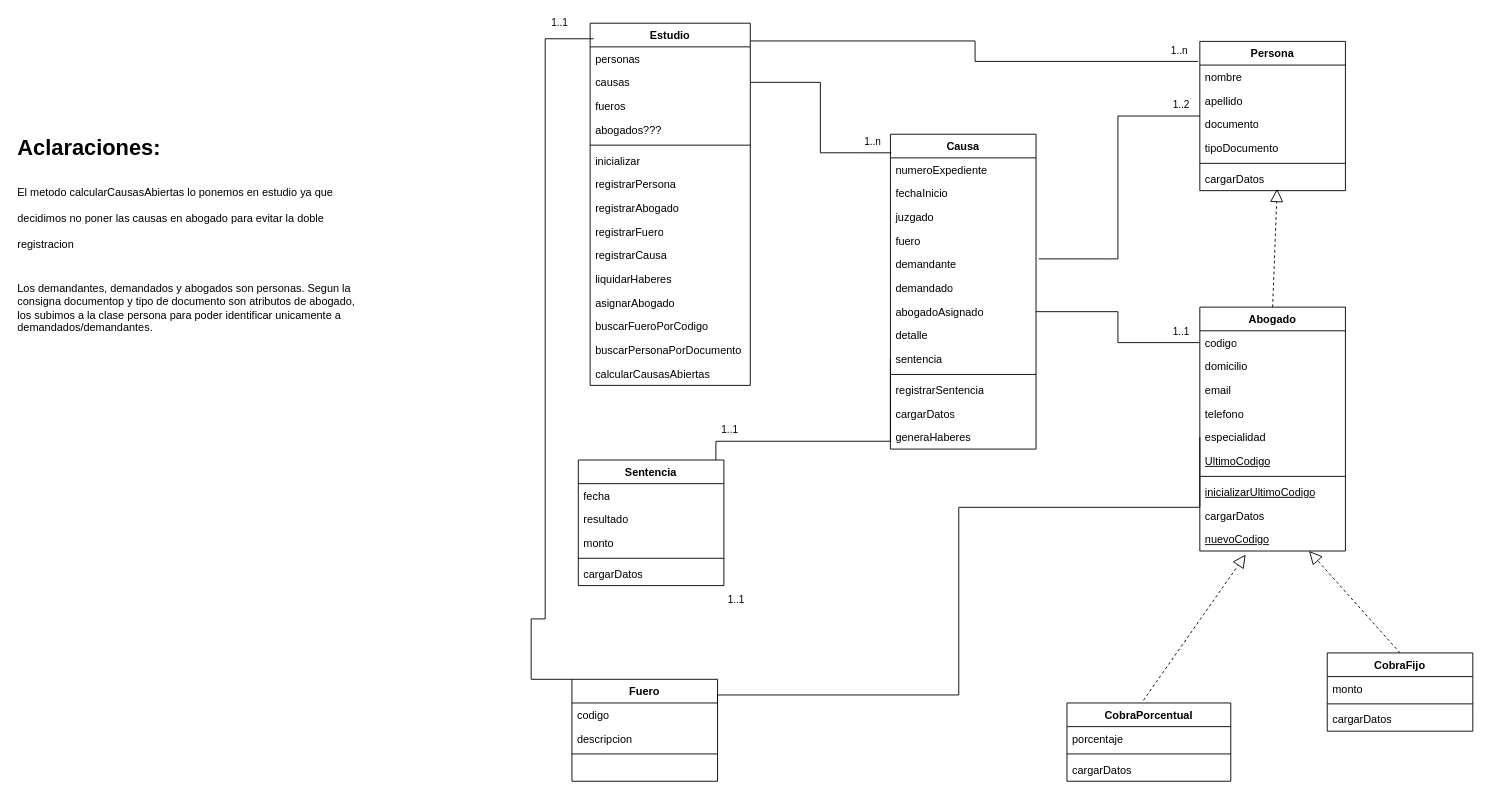
Earlier version of the draw.io diagram page "DiagramaClases" (1 of 2) of diagrama.drawio (Valentin-Leone-Arriola/Paradigmas-2026-2k06-G03). Source tidied: cells renumbered, new cells numbered last; positions are measured from the earlier drawing's top-left corner, leaving out a move shared by most shapes. Both pictures are drawn from the tidied source at 91%, with x=0, y=0 at pixel (15, 23).
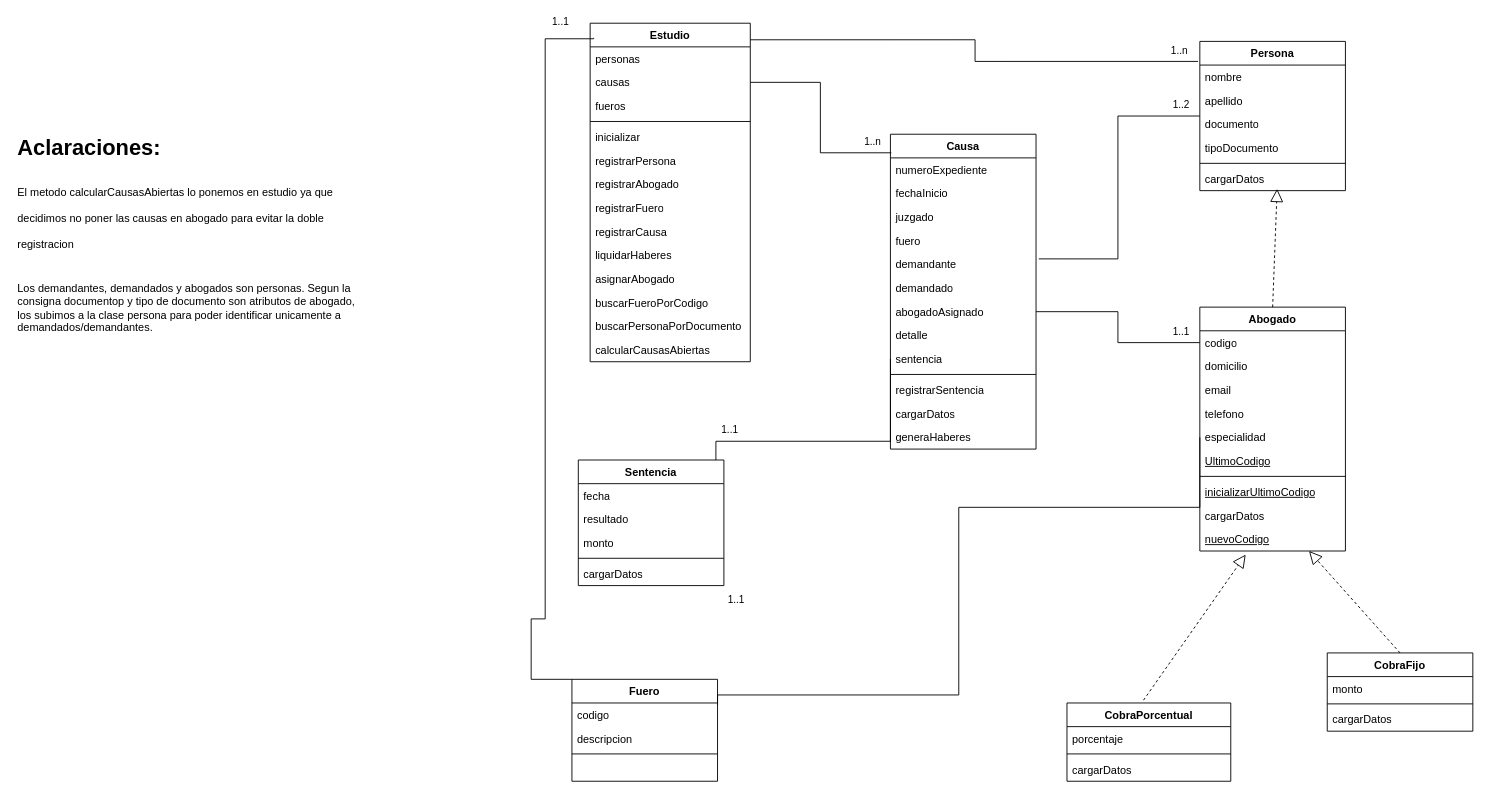
After the change.

Diff of the diagram source:
```diff
@@
     <mxCell id="27" value="Estudio" style="swimlane;fontStyle=1;align=center;verticalAlign=top;horizontal=1;startSize=26;whiteSpace=wrap;html=1;" parent="1" vertex="1">
-      <mxGeometry x="631" width="176" height="398" as="geometry" />
+      <mxGeometry x="631" width="176" height="372" as="geometry" />
     </mxCell>
@@
-    <mxCell id="31" value="abogados???" style="text;strokeColor=none;fillColor=none;align=left;verticalAlign=top;spacingLeft=4;spacingRight=4;overflow=hidden;whiteSpace=wrap;html=1;" parent="27" vertex="1">
-      <mxGeometry y="104" width="176" height="26" as="geometry" />
-    </mxCell>
     <mxCell id="32" style="line;strokeWidth=1;fillColor=none;align=left;verticalAlign=middle;spacingTop=-1;spacingLeft=3;spacingRight=3;labelPosition=right;strokeColor=inherit;" parent="27" vertex="1">
-      <mxGeometry y="130" width="176" height="8" as="geometry" />
+      <mxGeometry y="104" width="176" height="8" as="geometry" />
     </mxCell>
     <mxCell id="33" value="inicializar" style="text;strokeColor=none;fillColor=none;align=left;verticalAlign=top;spacingLeft=4;spacingRight=4;overflow=hidden;whiteSpace=wrap;html=1;" parent="27" vertex="1">
-      <mxGeometry y="138" width="176" height="26" as="geometry" />
+      <mxGeometry y="112" width="176" height="26" as="geometry" />
     </mxCell>
     <mxCell id="34" value="registrarPersona" style="text;strokeColor=none;fillColor=none;align=left;verticalAlign=top;spacingLeft=4;spacingRight=4;overflow=hidden;whiteSpace=wrap;html=1;" parent="27" vertex="1">
-      <mxGeometry y="164" width="176" height="26" as="geometry" />
+      <mxGeometry y="138" width="176" height="26" as="geometry" />
     </mxCell>
     <mxCell id="35" value="registrarAbogado" style="text;strokeColor=none;fillColor=none;align=left;verticalAlign=top;spacingLeft=4;spacingRight=4;overflow=hidden;whiteSpace=wrap;html=1;" parent="27" vertex="1">
-      <mxGeometry y="190" width="176" height="26" as="geometry" />
+      <mxGeometry y="164" width="176" height="26" as="geometry" />
     </mxCell>
     <mxCell id="36" value="registrarFuero" style="text;strokeColor=none;fillColor=none;align=left;verticalAlign=top;spacingLeft=4;spacingRight=4;overflow=hidden;whiteSpace=wrap;html=1;" parent="27" vertex="1">
-      <mxGeometry y="216" width="176" height="26" as="geometry" />
+      <mxGeometry y="190" width="176" height="26" as="geometry" />
     </mxCell>
     <mxCell id="37" value="registrarCausa" style="text;strokeColor=none;fillColor=light-dark(transparent,#6666FF);align=left;verticalAlign=top;spacingLeft=4;spacingRight=4;overflow=hidden;whiteSpace=wrap;html=1;" parent="27" vertex="1">
-      <mxGeometry y="242" width="176" height="26" as="geometry" />
+      <mxGeometry y="216" width="176" height="26" as="geometry" />
     </mxCell>
     <mxCell id="38" value="liquidarHaberes" style="text;strokeColor=none;fillColor=light-dark(transparent,#6666FF);align=left;verticalAlign=top;spacingLeft=4;spacingRight=4;overflow=hidden;whiteSpace=wrap;html=1;" parent="27" vertex="1">
-      <mxGeometry y="268" width="176" height="26" as="geometry" />
+      <mxGeometry y="242" width="176" height="26" as="geometry" />
     </mxCell>
     <mxCell id="39" value="asignarAbogado" style="text;strokeColor=none;fillColor=light-dark(transparent,#6666FF);align=left;verticalAlign=top;spacingLeft=4;spacingRight=4;overflow=hidden;whiteSpace=wrap;html=1;" parent="27" vertex="1">
-      <mxGeometry y="294" width="176" height="26" as="geometry" />
+      <mxGeometry y="268" width="176" height="26" as="geometry" />
     </mxCell>
     <mxCell id="40" value="buscarFueroPorCodigo" style="text;strokeColor=none;fillColor=none;align=left;verticalAlign=top;spacingLeft=4;spacingRight=4;overflow=hidden;whiteSpace=wrap;html=1;" parent="27" vertex="1">
-      <mxGeometry y="320" width="176" height="26" as="geometry" />
+      <mxGeometry y="294" width="176" height="26" as="geometry" />
     </mxCell>
     <mxCell id="41" value="buscarPersonaPorDocumento" style="text;strokeColor=none;fillColor=none;align=left;verticalAlign=top;spacingLeft=4;spacingRight=4;overflow=hidden;whiteSpace=wrap;html=1;" parent="27" vertex="1">
-      <mxGeometry y="346" width="176" height="26" as="geometry" />
+      <mxGeometry y="320" width="176" height="26" as="geometry" />
     </mxCell>
     <mxCell id="42" value="&lt;div&gt;calcularCausasAbiertas&lt;/div&gt;" style="text;strokeColor=none;fillColor=light-dark(transparent,#6666FF);align=left;verticalAlign=top;spacingLeft=4;spacingRight=4;overflow=hidden;whiteSpace=wrap;html=1;" parent="27" vertex="1">
-      <mxGeometry y="372" width="176" height="26" as="geometry" />
+      <mxGeometry y="346" width="176" height="26" as="geometry" />
     </mxCell>
```
